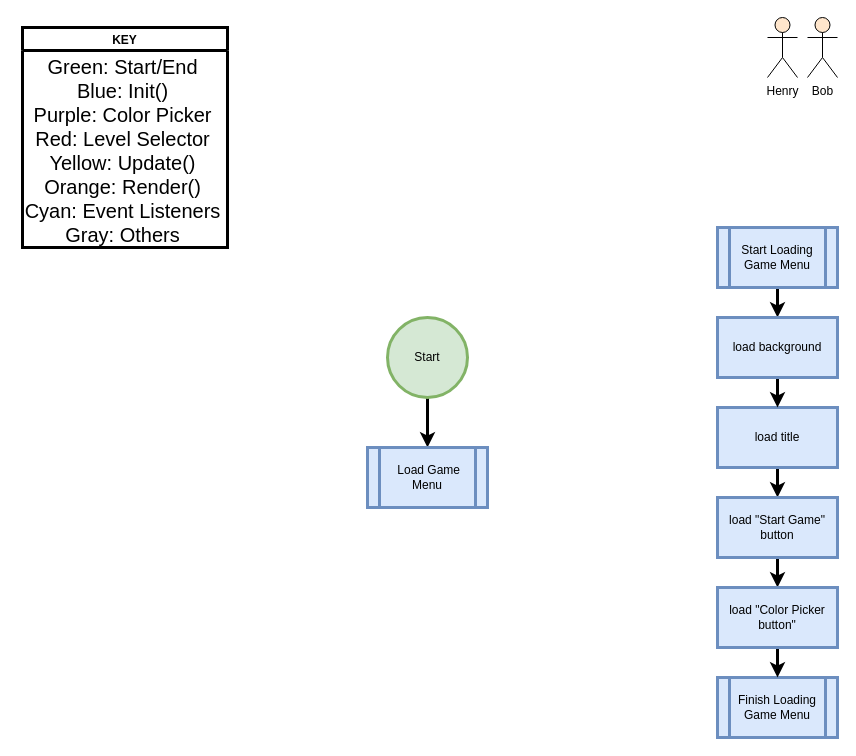
Before: adventurePark.drawio in santinx07/adventurePark, a draw.io diagram. Source tidied: cells renumbered, new cells numbered last; positions are measured from the earlier drawing's top-left corner, leaving out a move shared by most shapes. Both pictures are drawn from the tidied source at 100%, with x=0, y=0 at pixel (17, 17).
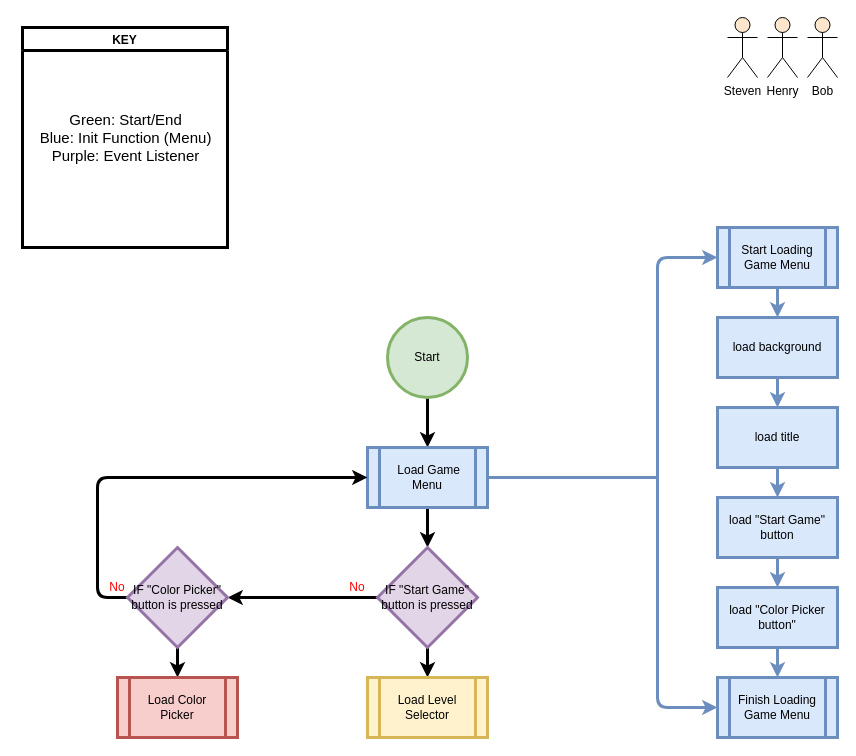
Above is the later version.

The change refers to these unchanged cells:
```xml
<mxCell id="2" value="KEY" style="swimlane;strokeWidth=3;" parent="1" vertex="1">
  <mxGeometry x="5" y="10" width="205" height="220" as="geometry" />
</mxCell>
<mxCell id="9" value="&amp;nbsp;Load Game Menu" style="shape=process;whiteSpace=wrap;html=1;backgroundOutline=1;strokeWidth=3;fillColor=#dae8fc;strokeColor=#6c8ebf;" parent="1" vertex="1">
  <mxGeometry x="350" y="430" width="120" height="60" as="geometry" />
</mxCell>
<mxCell id="11" value="Start Loading Game Menu" style="shape=process;whiteSpace=wrap;html=1;backgroundOutline=1;strokeWidth=3;fillColor=#dae8fc;strokeColor=#6c8ebf;" parent="1" vertex="1">
  <mxGeometry x="700" y="210" width="120" height="60" as="geometry" />
</mxCell>
<mxCell id="12" value="Finish Loading Game Menu" style="shape=process;whiteSpace=wrap;html=1;backgroundOutline=1;strokeWidth=3;fillColor=#dae8fc;strokeColor=#6c8ebf;" parent="1" vertex="1">
  <mxGeometry x="700" y="660" width="120" height="60" as="geometry" />
</mxCell>
<mxCell id="14" value="load title" style="rounded=0;whiteSpace=wrap;html=1;strokeWidth=3;fillColor=#dae8fc;strokeColor=#6c8ebf;" parent="1" vertex="1">
  <mxGeometry x="700" y="390" width="120" height="60" as="geometry" />
</mxCell>
<mxCell id="16" value="load &quot;Start Game&quot; button" style="rounded=0;whiteSpace=wrap;html=1;strokeWidth=3;fillColor=#dae8fc;strokeColor=#6c8ebf;" parent="1" vertex="1">
  <mxGeometry x="700" y="480" width="120" height="60" as="geometry" />
</mxCell>
<mxCell id="18" value="load &quot;Color Picker button&quot;" style="rounded=0;whiteSpace=wrap;html=1;strokeWidth=3;fillColor=#dae8fc;strokeColor=#6c8ebf;" parent="1" vertex="1">
  <mxGeometry x="700" y="570" width="120" height="60" as="geometry" />
</mxCell>
<mxCell id="20" value="load background" style="rounded=0;whiteSpace=wrap;html=1;strokeWidth=3;fillColor=#dae8fc;strokeColor=#6c8ebf;" parent="1" vertex="1">
  <mxGeometry x="700" y="300" width="120" height="60" as="geometry" />
</mxCell>
```

The edit, as a diff of the source:
```diff
@@
-    <mxCell id="3" value="&lt;font style=&quot;font-size: 20px&quot;&gt;Green: Start/End&lt;br&gt;Blue: Init()&lt;br&gt;Purple: Color Picker&lt;br&gt;Red: Level Selector&lt;br&gt;Yellow: Update()&lt;br&gt;Orange: Render()&lt;br&gt;Cyan: Event Listeners&lt;br&gt;Gray: Others&lt;br&gt;&lt;br&gt;&lt;/font&gt;" style="text;html=1;align=center;verticalAlign=middle;strokeColor=none;fillColor=none;" parent="2" vertex="1">
-      <mxGeometry x="-5" y="60" width="210" height="150" as="geometry" />
-    </mxCell>
+    <mxCell id="21" value="&lt;font style=&quot;font-size: 15px&quot;&gt;Green: Start/End&lt;br&gt;Blue: Init Function (Menu)&lt;br&gt;Purple: Event Listener&lt;br&gt;&lt;/font&gt;" style="text;html=1;align=center;verticalAlign=middle;strokeColor=none;fillColor=none;" parent="2" vertex="1">
+      <mxGeometry x="7.5" y="85" width="190" height="50" as="geometry" />
+    </mxCell>
@@
+    <mxCell id="22" style="edgeStyle=orthogonalEdgeStyle;rounded=1;jettySize=auto;html=1;entryX=0.5;entryY=0;entryDx=0;entryDy=0;entryPerimeter=0;strokeWidth=3;" parent="1" edge="1" source="9" target="27">
+      <mxGeometry relative="1" as="geometry" />
+    </mxCell>
+    <mxCell id="23" style="edgeStyle=orthogonalEdgeStyle;rounded=1;jettySize=auto;html=1;startArrow=none;startFill=0;strokeWidth=3;endArrow=none;endFill=0;fillColor=#dae8fc;strokeColor=#6c8ebf;" parent="1" edge="1" source="9">
+      <mxGeometry relative="1" as="geometry">
+        <mxPoint x="640" y="460" as="targetPoint" />
+      </mxGeometry>
+    </mxCell>
@@
-    <mxCell id="10" style="edgeStyle=orthogonalEdgeStyle;rounded=1;jettySize=auto;html=1;entryX=0.5;entryY=0;entryDx=0;entryDy=0;strokeWidth=3;" parent="1" edge="1" source="11" target="20">
+    <mxCell id="10" style="edgeStyle=orthogonalEdgeStyle;rounded=1;jettySize=auto;html=1;entryX=0.5;entryY=0;entryDx=0;entryDy=0;strokeWidth=3;fillColor=#dae8fc;strokeColor=#6c8ebf;" parent="1" edge="1" source="11" target="20">
       <mxGeometry relative="1" as="geometry" />
     </mxCell>
+    <mxCell id="24" style="edgeStyle=orthogonalEdgeStyle;rounded=1;jettySize=auto;html=1;entryX=0;entryY=0.5;entryDx=0;entryDy=0;strokeWidth=3;startArrow=classic;startFill=1;fillColor=#dae8fc;strokeColor=#6c8ebf;" parent="1" edge="1" source="11" target="12">
+      <mxGeometry relative="1" as="geometry">
+        <Array as="points">
+          <mxPoint x="640" y="240" />
+          <mxPoint x="640" y="690" />
+        </Array>
+      </mxGeometry>
+    </mxCell>
@@
-    <mxCell id="13" style="edgeStyle=orthogonalEdgeStyle;rounded=1;jettySize=auto;html=1;entryX=0.5;entryY=0;entryDx=0;entryDy=0;strokeWidth=3;" parent="1" edge="1" source="14" target="16">
+    <mxCell id="13" style="edgeStyle=orthogonalEdgeStyle;rounded=1;jettySize=auto;html=1;entryX=0.5;entryY=0;entryDx=0;entryDy=0;strokeWidth=3;fillColor=#dae8fc;strokeColor=#6c8ebf;" parent="1" edge="1" source="14" target="16">
       <mxGeometry relative="1" as="geometry" />
     </mxCell>
@@
-    <mxCell id="15" style="edgeStyle=orthogonalEdgeStyle;rounded=1;jettySize=auto;html=1;exitX=0.5;exitY=1;exitDx=0;exitDy=0;entryX=0.5;entryY=0;entryDx=0;entryDy=0;strokeWidth=3;" parent="1" edge="1" source="16" target="18">
+    <mxCell id="15" style="edgeStyle=orthogonalEdgeStyle;rounded=1;jettySize=auto;html=1;exitX=0.5;exitY=1;exitDx=0;exitDy=0;entryX=0.5;entryY=0;entryDx=0;entryDy=0;strokeWidth=3;fillColor=#dae8fc;strokeColor=#6c8ebf;" parent="1" edge="1" source="16" target="18">
       <mxGeometry relative="1" as="geometry" />
     </mxCell>
@@
-    <mxCell id="17" style="edgeStyle=orthogonalEdgeStyle;rounded=1;jettySize=auto;html=1;exitX=0.5;exitY=1;exitDx=0;exitDy=0;entryX=0.5;entryY=0;entryDx=0;entryDy=0;strokeWidth=3;" parent="1" edge="1" source="18" target="12">
+    <mxCell id="17" style="edgeStyle=orthogonalEdgeStyle;rounded=1;jettySize=auto;html=1;exitX=0.5;exitY=1;exitDx=0;exitDy=0;entryX=0.5;entryY=0;entryDx=0;entryDy=0;strokeWidth=3;fillColor=#dae8fc;strokeColor=#6c8ebf;" parent="1" edge="1" source="18" target="12">
       <mxGeometry relative="1" as="geometry" />
     </mxCell>
@@
-    <mxCell id="19" style="edgeStyle=orthogonalEdgeStyle;rounded=1;jettySize=auto;html=1;entryX=0.5;entryY=0;entryDx=0;entryDy=0;strokeWidth=3;" parent="1" edge="1" source="20" target="14">
+    <mxCell id="19" style="edgeStyle=orthogonalEdgeStyle;rounded=1;jettySize=auto;html=1;entryX=0.5;entryY=0;entryDx=0;entryDy=0;strokeWidth=3;fillColor=#dae8fc;strokeColor=#6c8ebf;" parent="1" edge="1" source="20" target="14">
       <mxGeometry relative="1" as="geometry" />
     </mxCell>
@@
+    <mxCell id="25" style="edgeStyle=orthogonalEdgeStyle;rounded=1;jettySize=auto;html=1;entryX=1;entryY=0.5;entryDx=0;entryDy=0;entryPerimeter=0;strokeWidth=3;exitX=1;exitY=1;exitDx=0;exitDy=0;" parent="1" edge="1" source="32" target="30">
+      <mxGeometry relative="1" as="geometry">
+        <Array as="points">
+          <mxPoint x="320" y="580" />
+          <mxPoint x="320" y="580" />
+        </Array>
+      </mxGeometry>
+    </mxCell>
+    <mxCell id="26" style="edgeStyle=orthogonalEdgeStyle;rounded=1;jettySize=auto;html=1;entryX=0.5;entryY=0;entryDx=0;entryDy=0;strokeWidth=3;" parent="1" edge="1" source="27" target="33">
+      <mxGeometry relative="1" as="geometry" />
+    </mxCell>
+    <mxCell id="27" value="IF &quot;Start Game&quot; button is pressed" style="strokeWidth=3;html=1;shape=mxgraph.flowchart.decision;whiteSpace=wrap;fillColor=#e1d5e7;strokeColor=#9673a6;align=center;" parent="1" vertex="1">
+      <mxGeometry x="360" y="530" width="100" height="100" as="geometry" />
+    </mxCell>
+    <mxCell id="28" style="edgeStyle=orthogonalEdgeStyle;rounded=1;jettySize=auto;html=1;entryX=0;entryY=0.5;entryDx=0;entryDy=0;strokeWidth=3;exitX=0;exitY=0.5;exitDx=0;exitDy=0;exitPerimeter=0;" parent="1" edge="1" source="30" target="9">
+      <mxGeometry relative="1" as="geometry">
+        <Array as="points">
+          <mxPoint x="80" y="580" />
+          <mxPoint x="80" y="460" />
+        </Array>
+      </mxGeometry>
+    </mxCell>
+    <mxCell id="29" style="edgeStyle=orthogonalEdgeStyle;rounded=1;jettySize=auto;html=1;entryX=0.5;entryY=0;entryDx=0;entryDy=0;strokeWidth=3;" parent="1" edge="1" source="30" target="34">
+      <mxGeometry relative="1" as="geometry" />
+    </mxCell>
+    <mxCell id="30" value="IF &quot;Color Picker&quot; button is pressed" style="strokeWidth=3;html=1;shape=mxgraph.flowchart.decision;whiteSpace=wrap;fillColor=#e1d5e7;strokeColor=#9673a6;" parent="1" vertex="1">
+      <mxGeometry x="110" y="530" width="100" height="100" as="geometry" />
+    </mxCell>
+    <mxCell id="31" value="&lt;font color=&quot;#ff0000&quot;&gt;No&lt;/font&gt;" style="text;html=1;strokeColor=none;fillColor=none;align=center;verticalAlign=middle;whiteSpace=wrap;rounded=0;" parent="1" vertex="1">
+      <mxGeometry x="80" y="560" width="40" height="20" as="geometry" />
+    </mxCell>
+    <mxCell id="32" value="&lt;font color=&quot;#ff0000&quot;&gt;No&lt;/font&gt;" style="text;html=1;strokeColor=none;fillColor=none;align=center;verticalAlign=middle;whiteSpace=wrap;rounded=0;" parent="1" vertex="1">
+      <mxGeometry x="320" y="560" width="40" height="20" as="geometry" />
+    </mxCell>
+    <mxCell id="33" value="Load Level Selector" style="shape=process;whiteSpace=wrap;html=1;backgroundOutline=1;strokeWidth=3;fillColor=#fff2cc;strokeColor=#d6b656;" parent="1" vertex="1">
+      <mxGeometry x="350" y="660" width="120" height="60" as="geometry" />
+    </mxCell>
+    <mxCell id="34" value="Load Color Picker" style="shape=process;whiteSpace=wrap;html=1;backgroundOutline=1;strokeWidth=3;fillColor=#f8cecc;strokeColor=#b85450;" parent="1" vertex="1">
+      <mxGeometry x="100" y="660" width="120" height="60" as="geometry" />
+    </mxCell>
+    <mxCell id="35" value="Steven" style="shape=umlActor;verticalLabelPosition=bottom;verticalAlign=top;html=1;fillColor=#ffe6cc;" parent="1" vertex="1">
+      <mxGeometry x="710" width="30" height="60" as="geometry" />
+    </mxCell>
```
